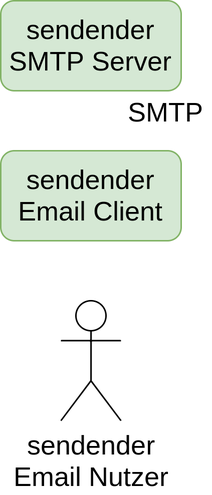
Before: vortrag/media/mail-server-connection-03.png, a diagram exported from draw.io (noahvogt/texdiary). Source tidied: cells renumbered, new cells last; positions are measured from the earlier drawing's top-left corner, leaving out a move shared by most shapes.
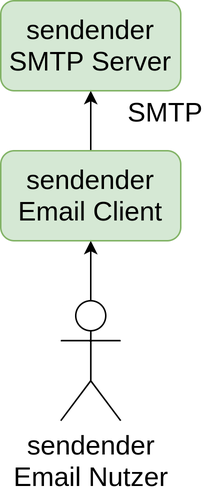
After the change.

Change to the diagram source:
```diff
@@ -2,17 +2,23 @@
   <root>
     <mxCell id="0" />
     <mxCell id="1" parent="0" />
-    <mxCell id="2" value="&lt;font style=&quot;font-size: 18px&quot;&gt;sendender&lt;br&gt;Email Nutzer&lt;/font&gt;" style="shape=umlActor;verticalLabelPosition=bottom;verticalAlign=top;html=1;" parent="1" vertex="1">
-      <mxGeometry x="40" y="200" width="40" height="80" as="geometry" />
+    <mxCell id="2" style="edgeStyle=orthogonalEdgeStyle;rounded=0;jettySize=auto;html=1;entryX=0.5;entryY=1;entryDx=0;entryDy=0;" parent="1" edge="1" source="3" target="5">
+      <mxGeometry relative="1" as="geometry" />
     </mxCell>
-    <mxCell id="3" value="&lt;font style=&quot;font-size: 18px&quot;&gt;sendender&lt;br&gt;Email Client&lt;/font&gt;" style="rounded=1;whiteSpace=wrap;html=1;fillColor=#d5e8d4;strokeColor=#82b366;" parent="1" vertex="1">
-      <mxGeometry y="100" width="120" height="60" as="geometry" />
+    <mxCell id="3" value="&lt;font style=&quot;font-size: 18px&quot;&gt;sendender&lt;br&gt;Email Nutzer&lt;/font&gt;" style="shape=umlActor;verticalLabelPosition=bottom;verticalAlign=top;html=1;outlineConnect=0;" parent="1" vertex="1">
+      <mxGeometry x="40" y="200" width="40" height="80" as="geometry" />
     </mxCell>
-    <mxCell id="4" value="&lt;font style=&quot;font-size: 18px&quot;&gt;sendender&lt;br&gt;SMTP Server&lt;/font&gt;" style="rounded=1;whiteSpace=wrap;html=1;fillColor=#d5e8d4;strokeColor=#82b366;" parent="1" vertex="1">
-      <mxGeometry width="120" height="60" as="geometry" />
+    <mxCell id="4" style="edgeStyle=orthogonalEdgeStyle;rounded=0;jettySize=auto;html=1;entryX=0.5;entryY=1;entryDx=0;entryDy=0;fontSize=18;" parent="1" edge="1" source="5" target="6">
+      <mxGeometry relative="1" as="geometry" />
     </mxCell>
-    <mxCell id="5" value="SMTP" style="text;html=1;strokeColor=none;fillColor=none;align=center;verticalAlign=middle;whiteSpace=wrap;rounded=0;fontSize=18;" parent="1" vertex="1">
-      <mxGeometry x="80" y="60" width="60" height="30" as="geometry" />
+    <mxCell id="5" value="&lt;font style=&quot;font-size: 18px&quot;&gt;sendender&lt;br&gt;Email Client&lt;/font&gt;" style="rounded=1;whiteSpace=wrap;html=1;fillColor=#d5e8d4;strokeColor=#82b366;" parent="1" vertex="1">
+      <mxGeometry y="100" width="120" height="60" as="geometry" />
     </mxCell>
+    <mxCell id="6" value="&lt;font style=&quot;font-size: 18px&quot;&gt;sendender&lt;br&gt;SMTP Server&lt;/font&gt;" style="rounded=1;whiteSpace=wrap;html=1;fillColor=#d5e8d4;strokeColor=#82b366;" parent="1" vertex="1">
+      <mxGeometry width="120" height="60" as="geometry" />
+    </mxCell>
+    <mxCell id="7" value="SMTP" style="text;html=1;strokeColor=none;fillColor=none;align=center;verticalAlign=middle;whiteSpace=wrap;rounded=0;fontSize=18;" parent="1" vertex="1">
+      <mxGeometry x="80" y="60" width="60" height="30" as="geometry" />
+    </mxCell>
   </root>
 </mxGraphModel>
```
